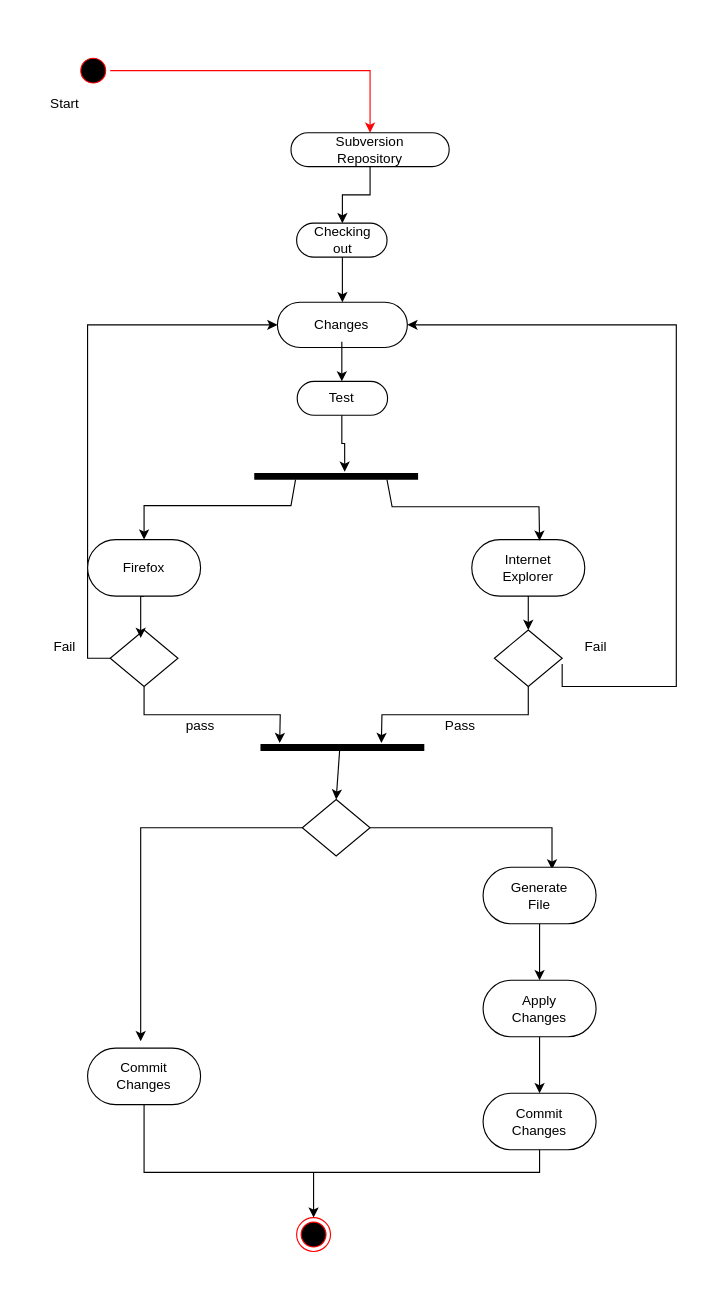
Earlier version of the draw.io diagram Labs/Lab6 Activity diagram.drawio (Aksharpanchani/IT_314_202101522). Source tidied: cells renumbered, new cells numbered last; positions are measured from the earlier drawing's top-left corner, leaving out a move shared by most shapes. Both pictures are drawn from the tidied source at 113%, with x=0, y=0 at pixel (31, 53).
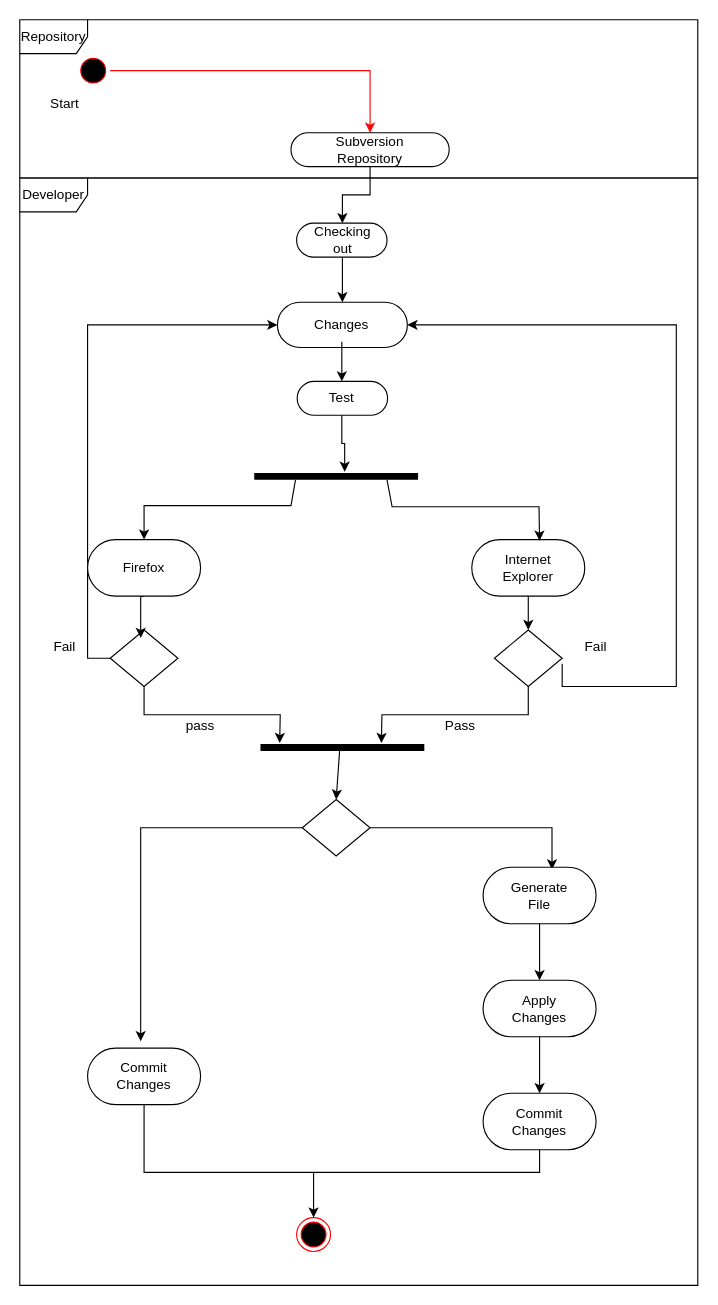
After the change.

What changed in the source:
```diff
@@
+    <mxCell id="54" value="Developer" style="shape=umlFrame;whiteSpace=wrap;html=1;" parent="1" vertex="1">
+      <mxGeometry x="-10" y="110" width="600" height="980" as="geometry" />
+    </mxCell>
+    <mxCell id="55" value="Repository" style="shape=umlFrame;whiteSpace=wrap;html=1;" parent="1" vertex="1">
+      <mxGeometry x="-10" y="-30" width="600" height="140" as="geometry" />
+    </mxCell>
```
